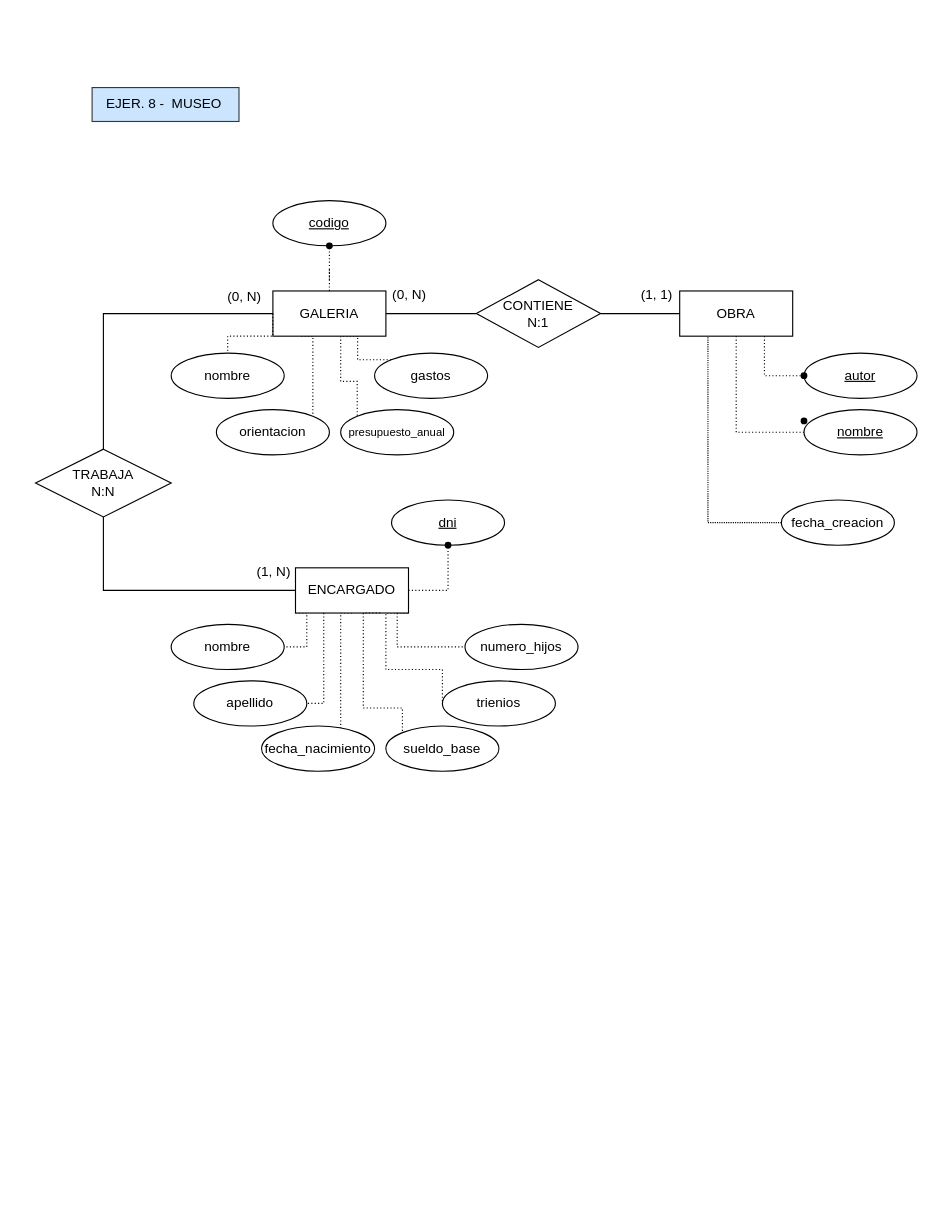
The draw.io diagram ejer8_museo_code.drawio in mdrp93/BASE-DE-DATOS, before the edit. Source tidied: cells renumbered, new cells numbered last; positions are measured from the earlier drawing's top-left corner, leaving out a move shared by most shapes. Both pictures are drawn from the tidied source at 113%, with x=0, y=0 at pixel (35, 87).
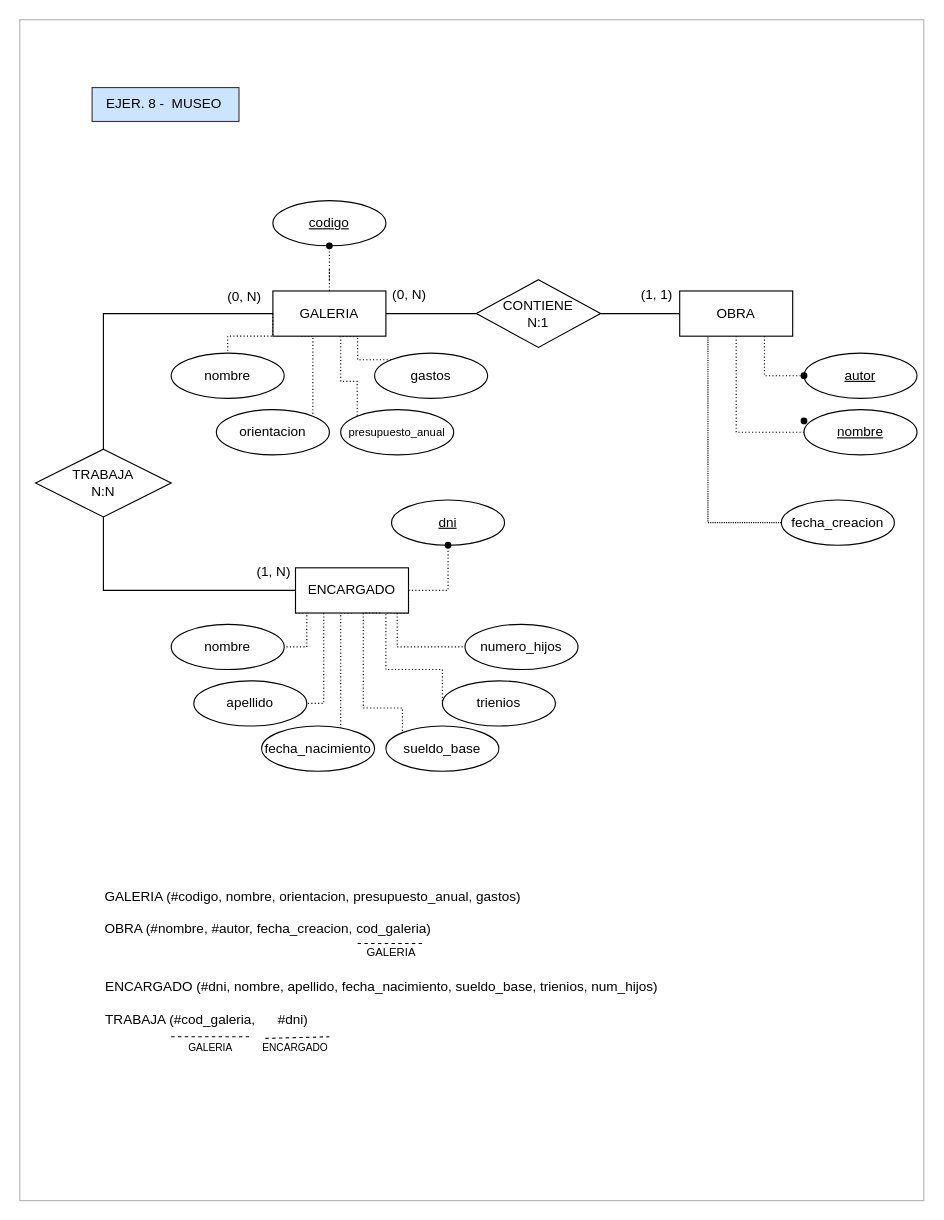
The same page after the edit.

Diff of the diagram source:
```diff
@@
-<mxGraphModel>
+<mxGraphModel background="#FFFFFF">
@@
+    <mxCell id="58" style="rounded=0;whiteSpace=wrap;html=1;fillColor=none;strokeColor=#B3B3B3;" parent="1" vertex="1">
+      <mxGeometry x="-14" y="-60" width="800" height="1045" as="geometry" />
+    </mxCell>
@@
+    <mxCell id="59" value="&lt;font style=&quot;font-size: 12px;&quot;&gt;GALERIA (#codigo, nombre, orientacion, presupuesto_anual, gastos)&lt;br&gt;&lt;br&gt;&lt;div style=&quot;text-align: justify;&quot;&gt;&lt;span style=&quot;background-color: initial;&quot;&gt;OBRA (#nombre, #autor, fecha_creacion, cod_galeria)&lt;/span&gt;&lt;/div&gt;&lt;/font&gt;" style="text;html=1;align=center;verticalAlign=middle;strokeColor=none;fillColor=none;" parent="1" vertex="1">
+      <mxGeometry x="50" y="700" width="390" height="60" as="geometry" />
+    </mxCell>
+    <mxCell id="60" style="endArrow=none;dashed=1;html=1;rounded=0;entryX=1;entryY=0.25;entryDx=0;entryDy=0;exitX=0;exitY=0.25;exitDx=0;exitDy=0;" parent="1" edge="1" source="61" target="61">
+      <mxGeometry relative="1" as="geometry" />
+    </mxCell>
+    <mxCell id="61" value="GALERIA" style="text;html=1;strokeColor=none;fillColor=none;align=center;verticalAlign=middle;whiteSpace=wrap;rounded=0;fontSize=10;" parent="1" vertex="1">
+      <mxGeometry x="285" y="750" width="60" height="30" as="geometry" />
+    </mxCell>
+    <mxCell id="62" value="&lt;div style=&quot;text-align: justify;&quot;&gt;&lt;span style=&quot;background-color: initial;&quot;&gt;ENCARGADO (#dni, nombre, apellido, fecha_nacimiento, sueldo_base, trienios, num_hijos)&lt;/span&gt;&lt;/div&gt;&lt;font style=&quot;&quot;&gt;&lt;div style=&quot;text-align: justify;&quot;&gt;&lt;br&gt;&lt;/div&gt;&lt;div style=&quot;text-align: justify;&quot;&gt;&lt;span style=&quot;background-color: initial;&quot;&gt;TRABAJA (#cod_galeria,&amp;nbsp; &amp;nbsp; &amp;nbsp; #dni)&lt;/span&gt;&lt;/div&gt;&lt;/font&gt;" style="text;html=1;align=left;verticalAlign=middle;strokeColor=none;fillColor=none;" parent="1" vertex="1">
+      <mxGeometry x="60" y="780" width="510" height="60" as="geometry" />
+    </mxCell>
+    <mxCell id="63" style="endArrow=none;dashed=1;html=1;rounded=0;exitX=0.056;exitY=0.071;exitDx=0;exitDy=0;exitPerimeter=0;entryX=1;entryY=0;entryDx=0;entryDy=0;" parent="1" edge="1" source="64" target="64">
+      <mxGeometry relative="1" as="geometry" />
+    </mxCell>
+    <mxCell id="64" value="ENCARGADO" style="text;html=1;strokeColor=none;fillColor=none;align=center;verticalAlign=middle;whiteSpace=wrap;rounded=0;fontSize=9;" parent="1" vertex="1">
+      <mxGeometry x="200" y="840" width="60" height="20" as="geometry" />
+    </mxCell>
+    <mxCell id="65" style="group;" parent="1" vertex="1">
+      <mxGeometry x="120" y="840" width="70" height="20" as="geometry" />
+    </mxCell>
+    <mxCell id="66" value="GALERIA" style="text;html=1;strokeColor=none;fillColor=none;align=center;verticalAlign=middle;whiteSpace=wrap;rounded=0;fontSize=9;" parent="65" vertex="1">
+      <mxGeometry width="70" height="20" as="geometry" />
+    </mxCell>
+    <mxCell id="67" style="endArrow=none;dashed=1;html=1;rounded=0;exitX=0;exitY=0;exitDx=0;exitDy=0;entryX=1;entryY=0;entryDx=0;entryDy=0;" parent="65" edge="1" source="66" target="66">
+      <mxGeometry relative="1" as="geometry" />
+    </mxCell>
```
